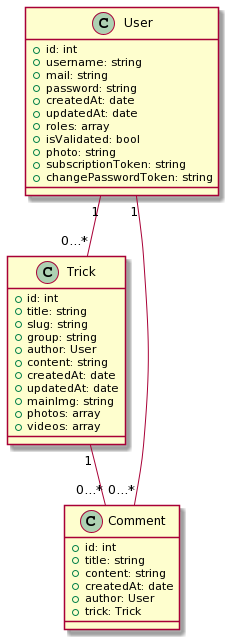
The PlantUML diagram diagrammes/diagramme_classe.png in Maxime22/snowtricks, before a commit. Its diagram source:
```plantuml
@startuml
class User{
 +id: int
 +username: string
 +mail: string
 +password: string
 +createdAt: date
 +updatedAt: date
 +roles: array
 +isValidated: bool
 +photo: string
 +subscriptionToken: string
 +changePasswordToken: string
}
class Trick{
 +id: int
 +title: string
 +slug: string
 +group: string
 +author: User
 +content: string
 +createdAt: date
 +updatedAt: date
 +mainImg: string
 +photos: array
 +videos: array
}
class Comment{
 +id: int
 +title: string
 +content: string
 +createdAt: date
 +author: User
 +trick: Trick
}
Trick "1" -- "0...*" Comment
User "1" -- "0...*" Trick
User "1" -- "0...*" Comment
@enduml
```
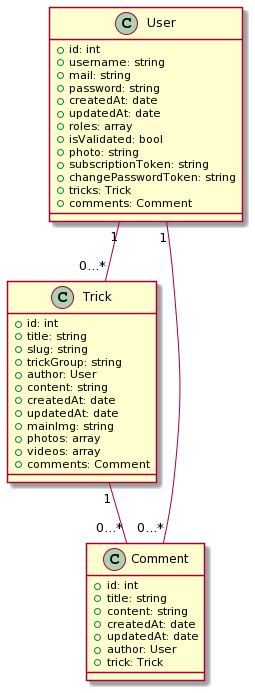
The same file after the commit.

Change to the diagram source:
```diff
@@ -11,12 +11,14 @@
  +photo: string
  +subscriptionToken: string
  +changePasswordToken: string
+ +tricks: Trick
+ +comments: Comment
 }
 class Trick{
  +id: int
  +title: string
  +slug: string
- +group: string
+ +trickGroup: string
  +author: User
  +content: string
  +createdAt: date
@@ -24,12 +26,14 @@
  +mainImg: string
  +photos: array
  +videos: array
+ +comments: Comment
 }
 class Comment{
  +id: int
  +title: string
  +content: string
  +createdAt: date
+ +updatedAt: date
  +author: User
  +trick: Trick
 }
```
